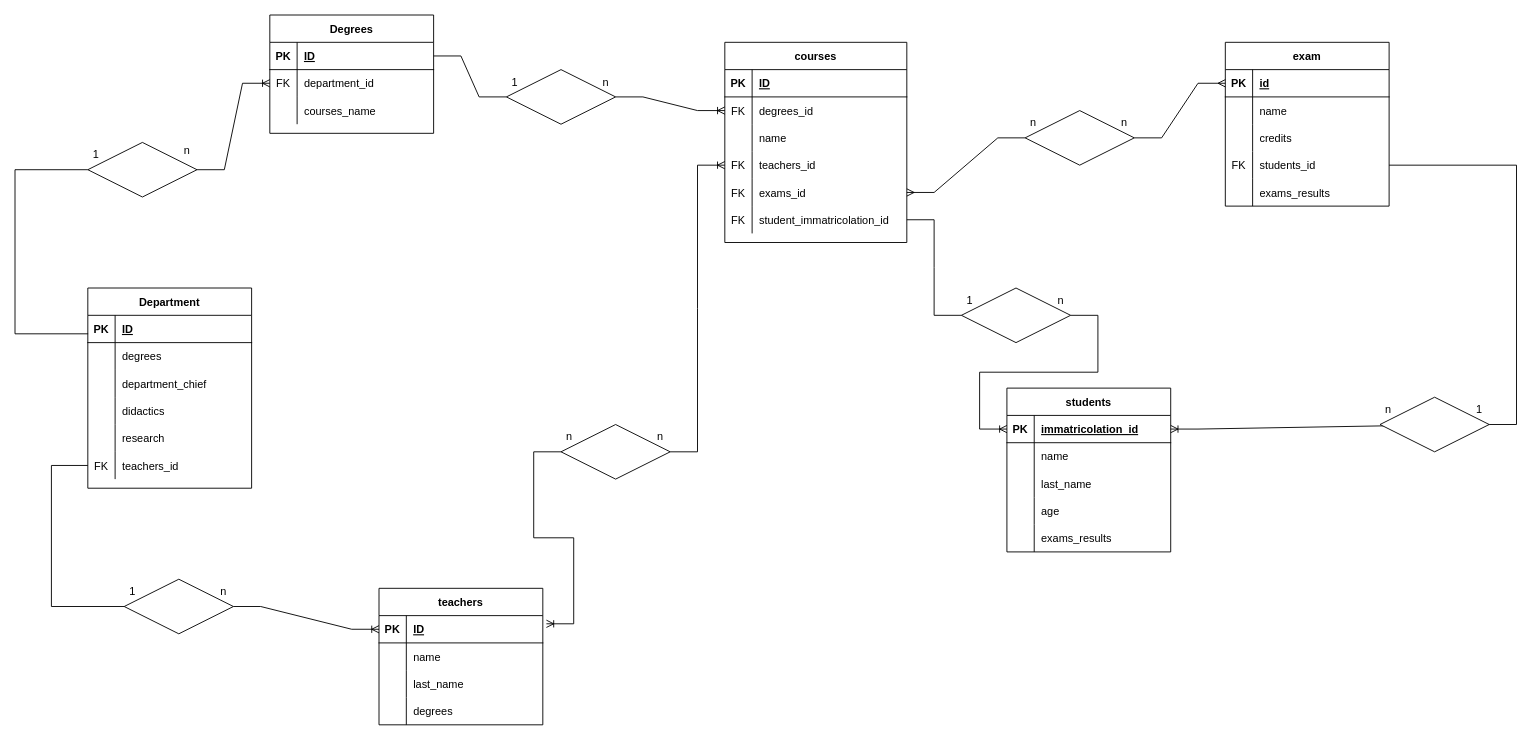
Stefano009/db-university keeps this draw.io diagram as Untitled Diagram.drawio. Above is the earlier version. Source tidied: cells renumbered, new cells numbered last; positions are measured from the earlier drawing's top-left corner, leaving out a move shared by most shapes. Both pictures are drawn from the tidied source at 91%, with x=0, y=0 at pixel (15, 15).
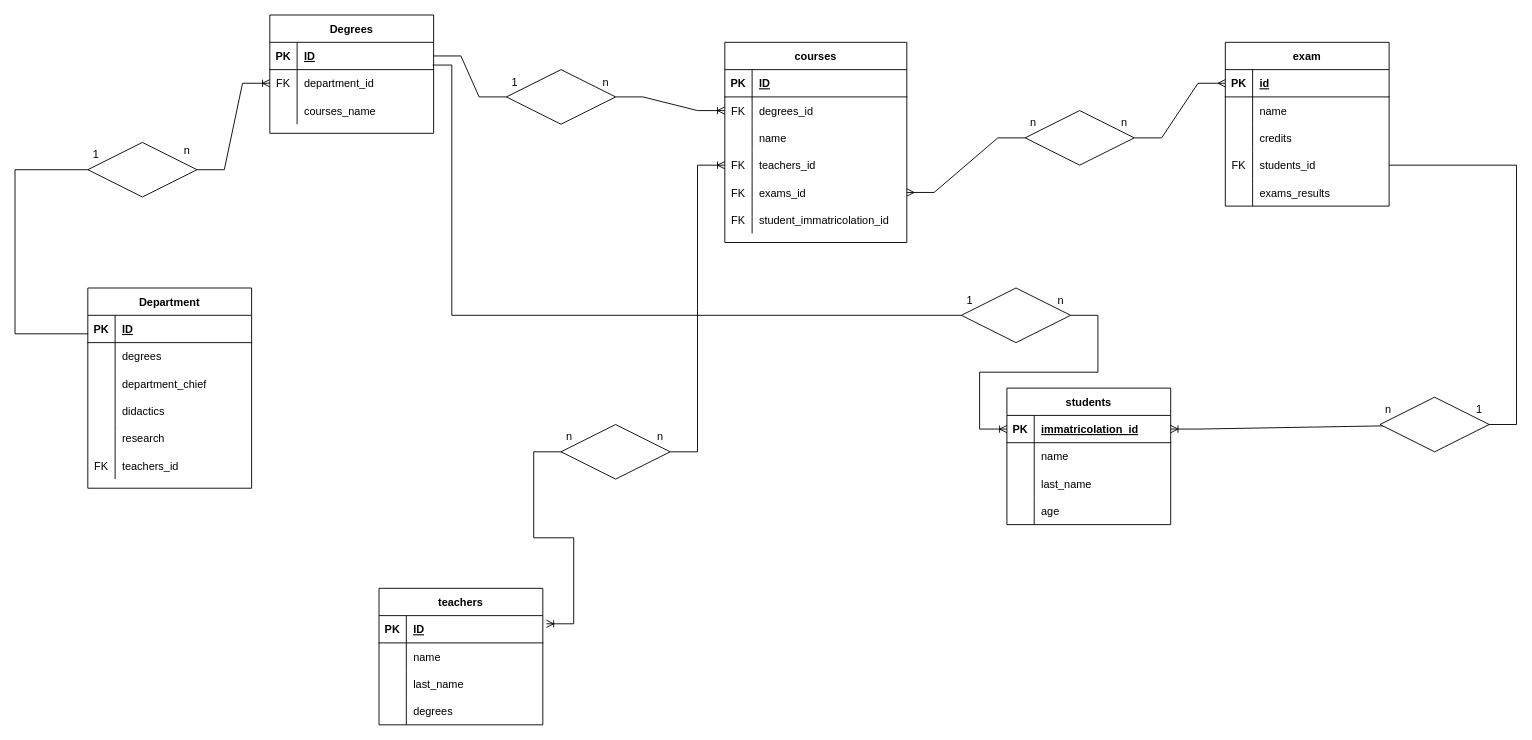
After the change.

The change refers to these unchanged cells:
```xml
<mxCell id="18" style="shape=partialRectangle;fillColor=none;top=0;left=0;bottom=0;right=0;points=[[0,0.5],[1,0.5]];portConstraint=eastwest;" parent="2" vertex="1">
  <mxGeometry y="180" width="180" height="30" as="geometry" />
</mxCell>
<mxCell id="22" style="shape=partialRectangle;fillColor=none;top=0;left=0;bottom=1;right=0;points=[[0,0.5],[1,0.5]];portConstraint=eastwest;" parent="21" vertex="1">
  <mxGeometry y="30" width="180" height="30" as="geometry" />
</mxCell>
<mxCell id="52" style="shape=partialRectangle;fillColor=none;top=0;left=0;bottom=0;right=0;points=[[0,0.5],[1,0.5]];portConstraint=eastwest;" parent="36" vertex="1">
  <mxGeometry y="180" width="200" height="30" as="geometry" />
</mxCell>
<mxCell id="60" style="shape=partialRectangle;fillColor=none;top=0;left=0;bottom=1;right=0;points=[[0,0.5],[1,0.5]];portConstraint=eastwest;" parent="59" vertex="1">
  <mxGeometry y="30" width="180" height="30" as="geometry" />
</mxCell>
<mxCell id="116" style="shape=rhombus;perimeter=rhombusPerimeter;whiteSpace=wrap;html=1;align=center;" parent="1" vertex="1">
  <mxGeometry x="1040" y="300" width="120" height="60" as="geometry" />
</mxCell>
```

Diff of the diagram source:
```diff
@@
-    <mxCell id="73" style="edgeStyle=entityRelationEdgeStyle;fontSize=12;html=1;endArrow=ERoneToMany;rounded=0;exitX=1;exitY=0.5;exitDx=0;exitDy=0;startArrow=none;entryX=0;entryY=0.5;entryDx=0;entryDy=0;" parent="1" edge="1" source="74" target="60">
-      <mxGeometry relative="1" as="geometry" />
-    </mxCell>
-    <mxCell id="74" style="shape=rhombus;perimeter=rhombusPerimeter;whiteSpace=wrap;html=1;align=center;" parent="1" vertex="1">
-      <mxGeometry x="120" y="620" width="120" height="60" as="geometry" />
-    </mxCell>
-    <mxCell id="75" style="edgeStyle=elbowEdgeStyle;fontSize=12;html=1;endArrow=none;rounded=0;exitX=0;exitY=0.5;exitDx=0;exitDy=0;entryX=0;entryY=0.5;entryDx=0;entryDy=0;" parent="1" edge="1" source="18" target="74">
-      <mxGeometry relative="1" as="geometry">
-        <Array as="points">
-          <mxPoint x="40" y="560" />
-        </Array>
-      </mxGeometry>
-    </mxCell>
-    <mxCell id="76" value="1" style="text;strokeColor=none;fillColor=none;spacingLeft=4;spacingRight=4;overflow=hidden;fontSize=12;" parent="1" vertex="1">
-      <mxGeometry x="120" y="620" width="40" height="30" as="geometry" />
-    </mxCell>
-    <mxCell id="77" value="n" style="text;strokeColor=none;fillColor=none;spacingLeft=4;spacingRight=4;overflow=hidden;fontSize=12;" parent="1" vertex="1">
-      <mxGeometry x="220" y="620" width="40" height="30" as="geometry" />
-    </mxCell>
@@
     <mxCell id="83" value="students" style="shape=table;startSize=30;childLayout=tableLayout;rowLines=0;fontStyle=1;align=center;" parent="1" vertex="1">
-      <mxGeometry x="1090" y="410" width="180" height="180" as="geometry" />
+      <mxGeometry x="1090" y="410" width="180" height="150" as="geometry" />
     </mxCell>
@@
-    <mxCell id="96" style="shape=partialRectangle;fillColor=none;top=0;left=0;bottom=0;right=0;" parent="83" vertex="1">
-      <mxGeometry y="150" width="180" height="30" as="geometry" />
-    </mxCell>
-    <mxCell id="97" style="shape=partialRectangle;fillColor=none;top=0;left=0;bottom=0;right=0;overflow=hidden;" parent="96" vertex="1">
-      <mxGeometry width="30" height="30" as="geometry" />
-    </mxCell>
-    <mxCell id="98" value="exams_results" style="shape=partialRectangle;fillColor=none;top=0;left=0;bottom=0;right=0;align=left;spacingLeft=6;overflow=hidden;" parent="96" vertex="1">
-      <mxGeometry x="30" width="150" height="30" as="geometry" />
-    </mxCell>
@@
-    <mxCell id="117" style="edgeStyle=entityRelationEdgeStyle;fontSize=12;html=1;endArrow=none;rounded=0;exitX=1;exitY=0.5;exitDx=0;exitDy=0;entryX=0;entryY=0.5;entryDx=0;entryDy=0;" parent="1" edge="1" source="52" target="116">
-      <mxGeometry relative="1" as="geometry" />
+    <mxCell id="117" style="edgeStyle=elbowEdgeStyle;fontSize=12;html=1;endArrow=none;rounded=0;exitX=0.994;exitY=0.833;exitDx=0;exitDy=0;entryX=0;entryY=0.5;entryDx=0;entryDy=0;exitPerimeter=0;" parent="1" edge="1" source="22" target="116">
+      <mxGeometry relative="1" as="geometry">
+        <Array as="points">
+          <mxPoint x="480" y="150" />
+        </Array>
+      </mxGeometry>
     </mxCell>
```
